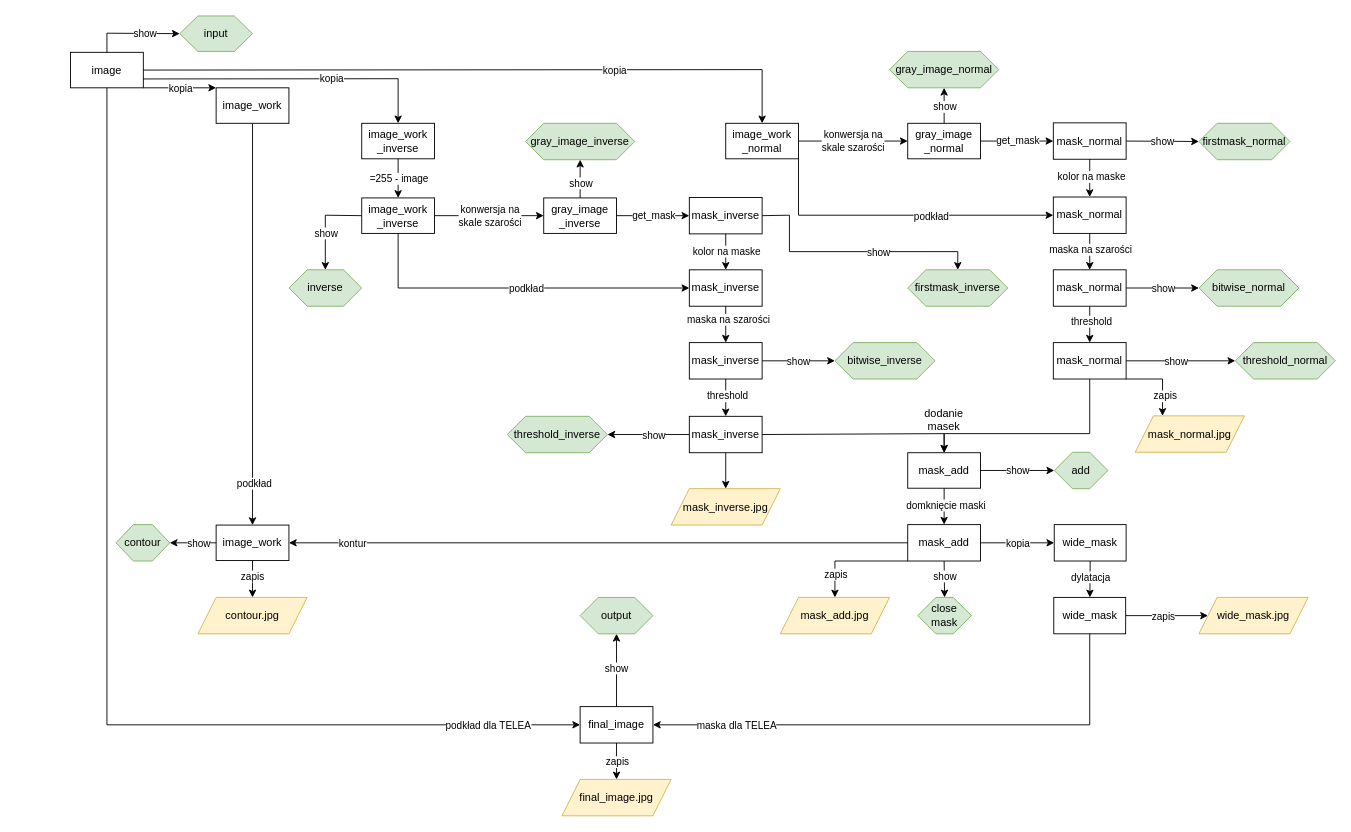
Above: flow obrazu.drawio in MrGrzesiek/PSIOZ (draw.io), before the change. Source tidied: cells renumbered, new cells numbered last; positions are measured from the earlier drawing's top-left corner, leaving out a move shared by most shapes. Both pictures are drawn from the tidied source at 91%, with x=0, y=0 at pixel (70, 15).
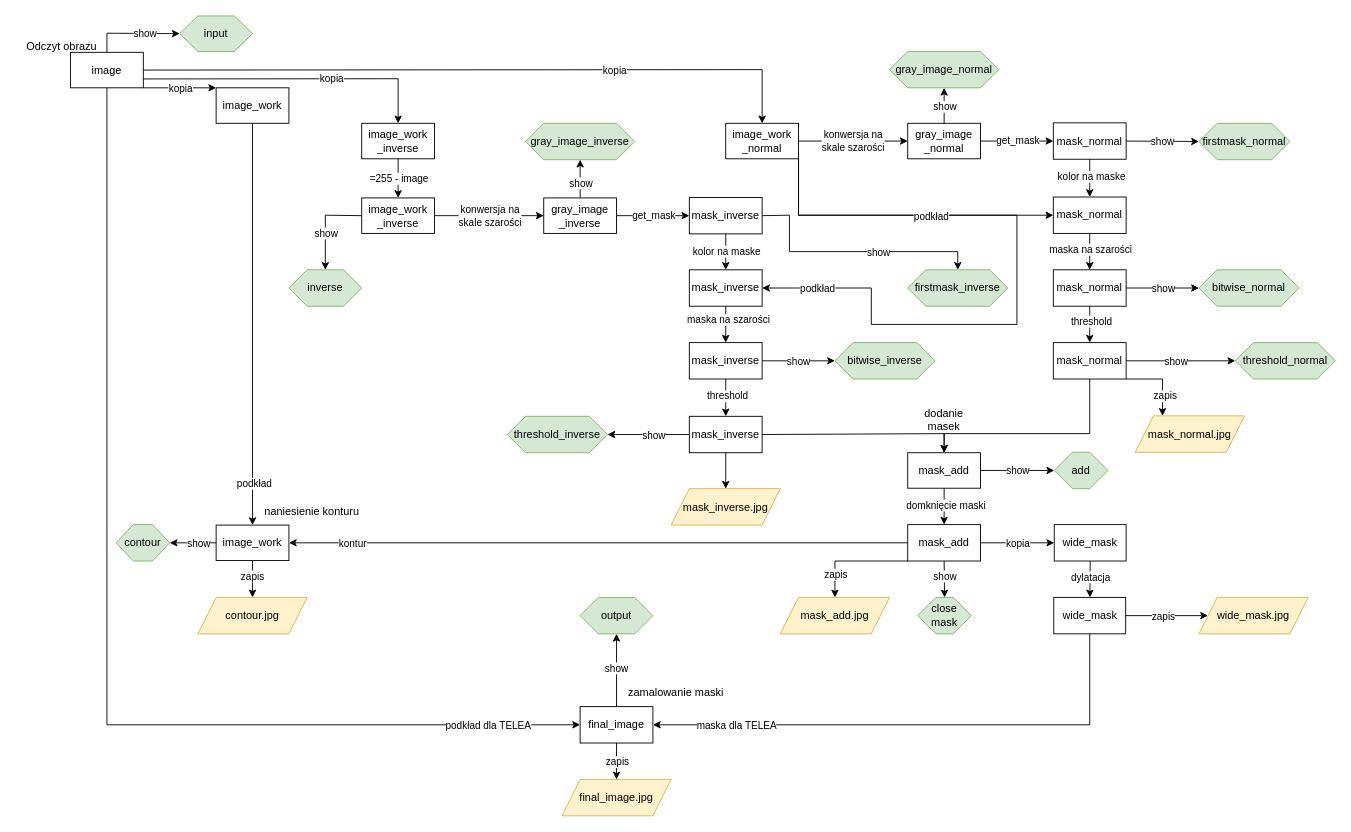
The same page after the edit.

The change refers to these unchanged cells:
```xml
<mxCell id="6" value="image_work&lt;br&gt;_normal" style="rounded=0;whiteSpace=wrap;html=1;" parent="1" vertex="1">
  <mxGeometry x="720" y="118" width="80" height="39" as="geometry" />
</mxCell>
<mxCell id="10" value="image_work&lt;br style=&quot;border-color: var(--border-color);&quot;&gt;_inverse" style="rounded=0;whiteSpace=wrap;html=1;" parent="1" vertex="1">
  <mxGeometry x="320" y="200" width="80" height="39" as="geometry" />
</mxCell>
<mxCell id="28" value="mask_inverse" style="rounded=0;whiteSpace=wrap;html=1;" parent="1" vertex="1">
  <mxGeometry x="680" y="279" width="80" height="40" as="geometry" />
</mxCell>
```

Diff of the diagram source:
```diff
@@
-    <mxCell id="40" style="endArrow=classic;html=1;rounded=0;exitX=0.5;exitY=1;exitDx=0;exitDy=0;entryX=0;entryY=0.5;entryDx=0;entryDy=0;" parent="1" edge="1" source="10" target="28">
+    <mxCell id="40" style="endArrow=classic;html=1;rounded=0;entryX=1;entryY=0.5;entryDx=0;entryDy=0;exitX=1;exitY=1;exitDx=0;exitDy=0;" parent="1" edge="1" source="6" target="28">
       <mxGeometry relative="1" as="geometry">
         <Array as="points">
-          <mxPoint x="360" y="299" />
+          <mxPoint x="800" y="219" />
+          <mxPoint x="1040" y="219" />
+          <mxPoint x="1040" y="339" />
+          <mxPoint x="880" y="339" />
+          <mxPoint x="880" y="299" />
         </Array>
       </mxGeometry>
     </mxCell>
     <mxCell id="41" value="podkład" style="edgeLabel;html=1;align=center;verticalAlign=middle;" parent="40" vertex="1">
       <mxGeometry x="-0.06" relative="1" as="geometry">
-        <mxPoint x="21" as="offset" />
+        <mxPoint x="-220" y="33" as="offset" />
       </mxGeometry>
     </mxCell>
@@
+    <mxCell id="132" value="naniesienie konturu" style="text;html=1;align=center;verticalAlign=middle;strokeColor=none;fillColor=none;" parent="1" vertex="1">
+      <mxGeometry x="200" y="529.5" width="130" height="30" as="geometry" />
+    </mxCell>
+    <mxCell id="133" value="zamalowanie maski" style="text;html=1;align=center;verticalAlign=middle;strokeColor=none;fillColor=none;" parent="1" vertex="1">
+      <mxGeometry x="600" y="729" width="130" height="30" as="geometry" />
+    </mxCell>
+    <mxCell id="134" value="Odczyt obrazu" style="text;html=1;align=center;verticalAlign=middle;strokeColor=none;fillColor=none;" parent="1" vertex="1">
+      <mxGeometry x="-60" y="19" width="100" height="30" as="geometry" />
+    </mxCell>
```
